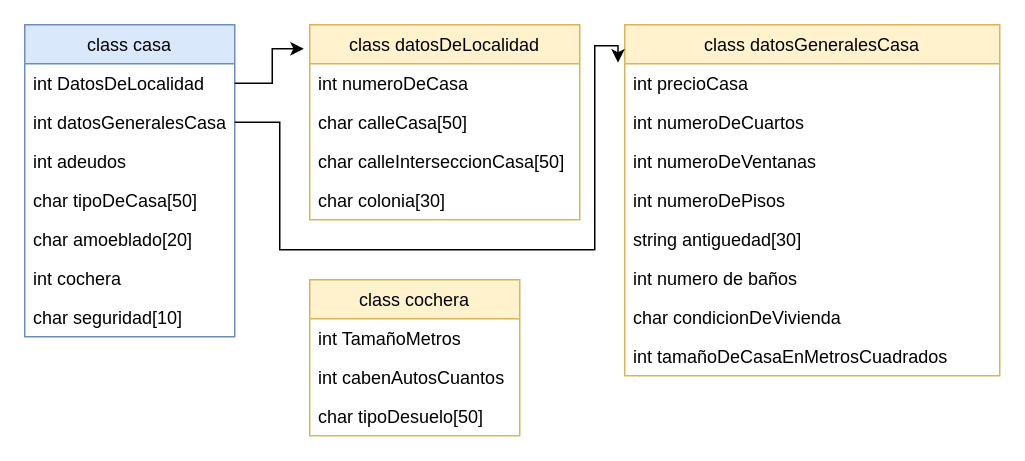
Above: Casa.drawio in lSoyKevinl/DiagramasProgramacionOrientadaAObjetos (draw.io), before the change. Source tidied: cells renumbered, new cells numbered last; positions are measured from the earlier drawing's top-left corner, leaving out a move shared by most shapes. Both pictures are drawn from the tidied source at 150%, with x=0, y=0 at pixel (24, 24).
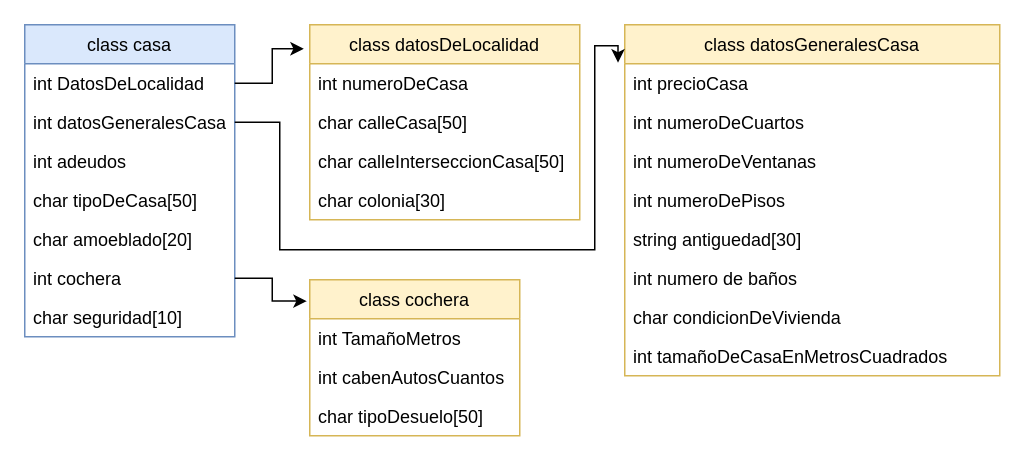
The same page after the edit.

Unchanged cells that the change refers to:
```xml
<mxCell id="8" value="int cochera" style="text;strokeColor=none;fillColor=none;align=left;verticalAlign=top;spacingLeft=4;spacingRight=4;overflow=hidden;points=[[0,0.5],[1,0.5]];portConstraint=eastwest;" parent="2" vertex="1">
  <mxGeometry y="156" width="140" height="26" as="geometry" />
</mxCell>
<mxCell id="26" value="class cochera" style="swimlane;fontStyle=0;horizontal=1;startSize=26;fillColor=#fff2cc;strokeColor=#d6b656;" parent="1" vertex="1">
  <mxGeometry x="190" y="170" width="140" height="104" as="geometry" />
</mxCell>
```

Change to the diagram source:
```diff
@@
+    <mxCell id="30" style="edgeStyle=orthogonalEdgeStyle;rounded=0;jettySize=auto;html=1;entryX=-0.014;entryY=0.137;entryDx=0;entryDy=0;entryPerimeter=0;" parent="1" edge="1" source="8" target="26">
+      <mxGeometry relative="1" as="geometry" />
+    </mxCell>
```
